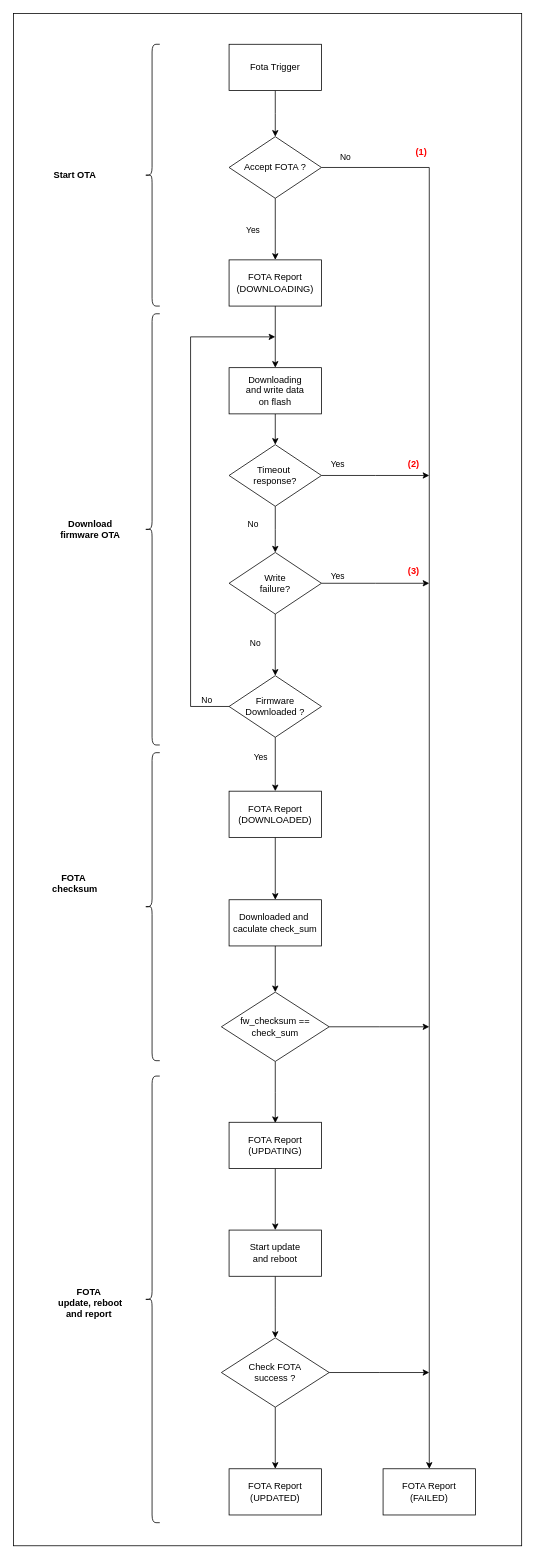
Above: page "Trang-12" (12 of 12) of ddd.drawio in QuocBuu/drawio (draw.io), before the change. Source tidied: cells renumbered, new cells numbered last; positions are measured from the earlier drawing's top-left corner, leaving out a move shared by most shapes. Both pictures are drawn from the tidied source at 77%, with x=0, y=0 at pixel (13, 13).
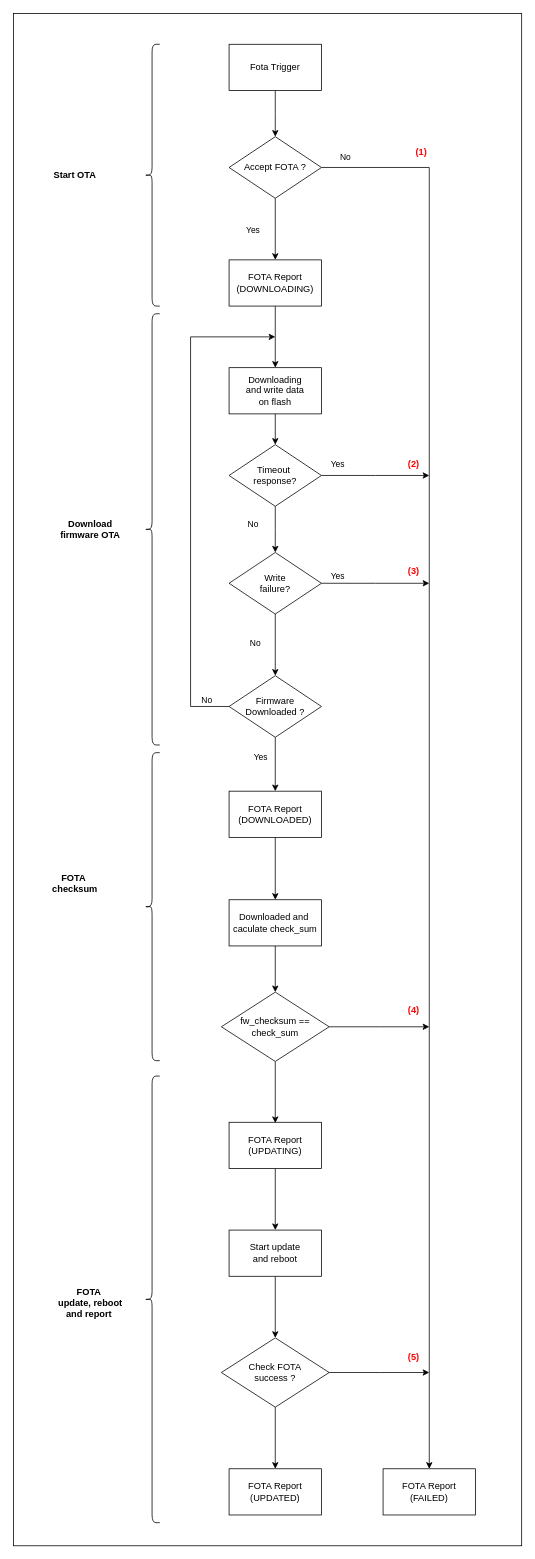
After the change.

Commit message:
Cập nhật ddd.drawio

What changed in the source:
```diff
@@
+    <mxCell id="56" value="&lt;b&gt;&lt;font color=&quot;#ff0000&quot;&gt;(4)&lt;/font&gt;&lt;/b&gt;" style="text;html=1;align=center;verticalAlign=middle;whiteSpace=wrap;rounded=0;" parent="1" vertex="1">
+      <mxGeometry x="490" y="1280" width="60" height="30" as="geometry" />
+    </mxCell>
+    <mxCell id="57" value="&lt;b&gt;&lt;font color=&quot;#ff0000&quot;&gt;(5)&lt;/font&gt;&lt;/b&gt;" style="text;html=1;align=center;verticalAlign=middle;whiteSpace=wrap;rounded=0;" parent="1" vertex="1">
+      <mxGeometry x="490" y="1730" width="60" height="30" as="geometry" />
+    </mxCell>
```
